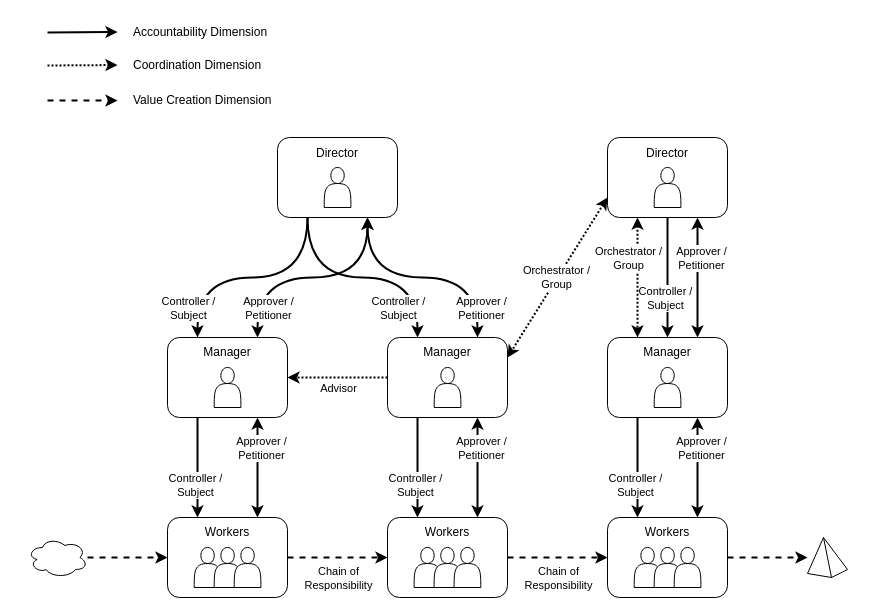
Above: organisations/authority_hierarchy/authority_hierarchy.drawio.xml in benwheeler/org-patterns (draw.io), before the change. Source tidied: cells renumbered, new cells numbered last; positions are measured from the earlier drawing's top-left corner, leaving out a move shared by most shapes. Both pictures are drawn from the tidied source at 100%, with x=0, y=0 at pixel (27, 17).
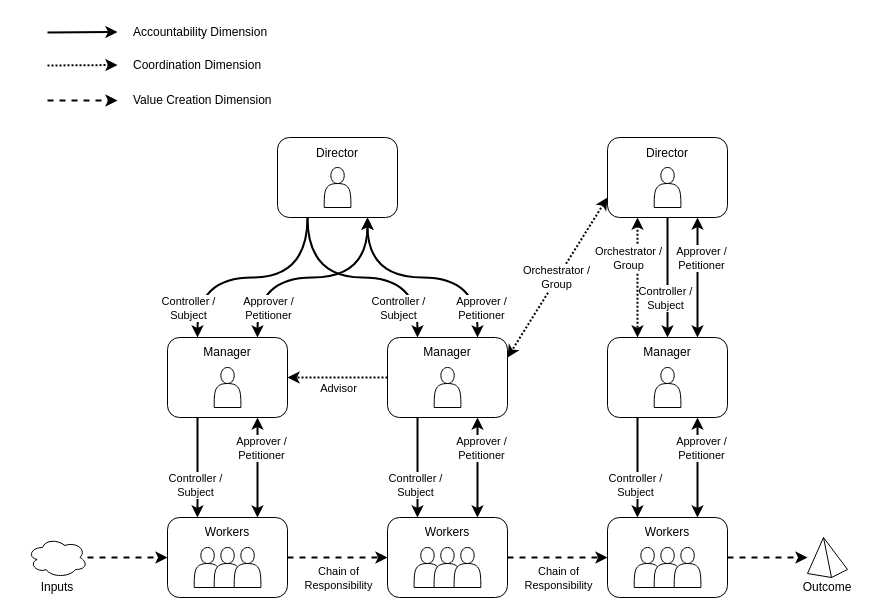
The same diagram, later.

Commit message (it also covers changes not shown here):
Updated Authority Hierarchy pattern diagram labels

Diff of the diagram source:
```diff
@@
+    <mxCell id="76" value="Inputs" style="text;html=1;strokeColor=none;fillColor=none;align=center;verticalAlign=middle;whiteSpace=wrap;overflow=hidden;" parent="1" vertex="1">
+      <mxGeometry x="-10" y="560" width="80" height="20" as="geometry" />
+    </mxCell>
+    <mxCell id="77" value="Outcome" style="text;html=1;strokeColor=none;fillColor=none;align=center;verticalAlign=middle;whiteSpace=wrap;overflow=hidden;" parent="1" vertex="1">
+      <mxGeometry x="760" y="560" width="80" height="20" as="geometry" />
+    </mxCell>
```
